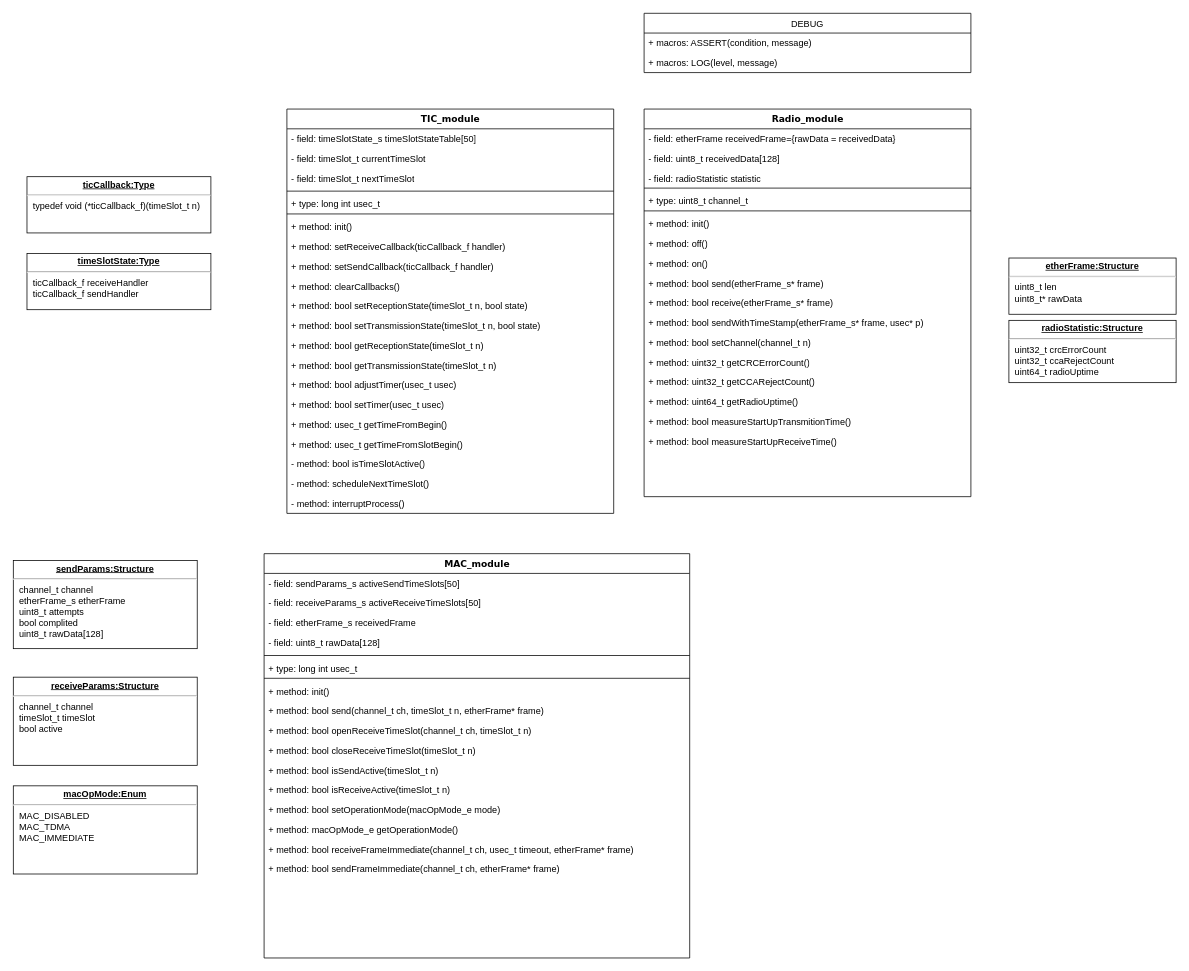
Above: page "modules" (4 of 5) of documentation/protocol/network frames.drawio in saurex83/WMNU (draw.io), before the change. Source tidied: cells renumbered, new cells numbered last; positions are measured from the earlier drawing's top-left corner, leaving out a move shared by most shapes. Both pictures are drawn from the tidied source at 76%, with x=0, y=0 at pixel (13, 13).
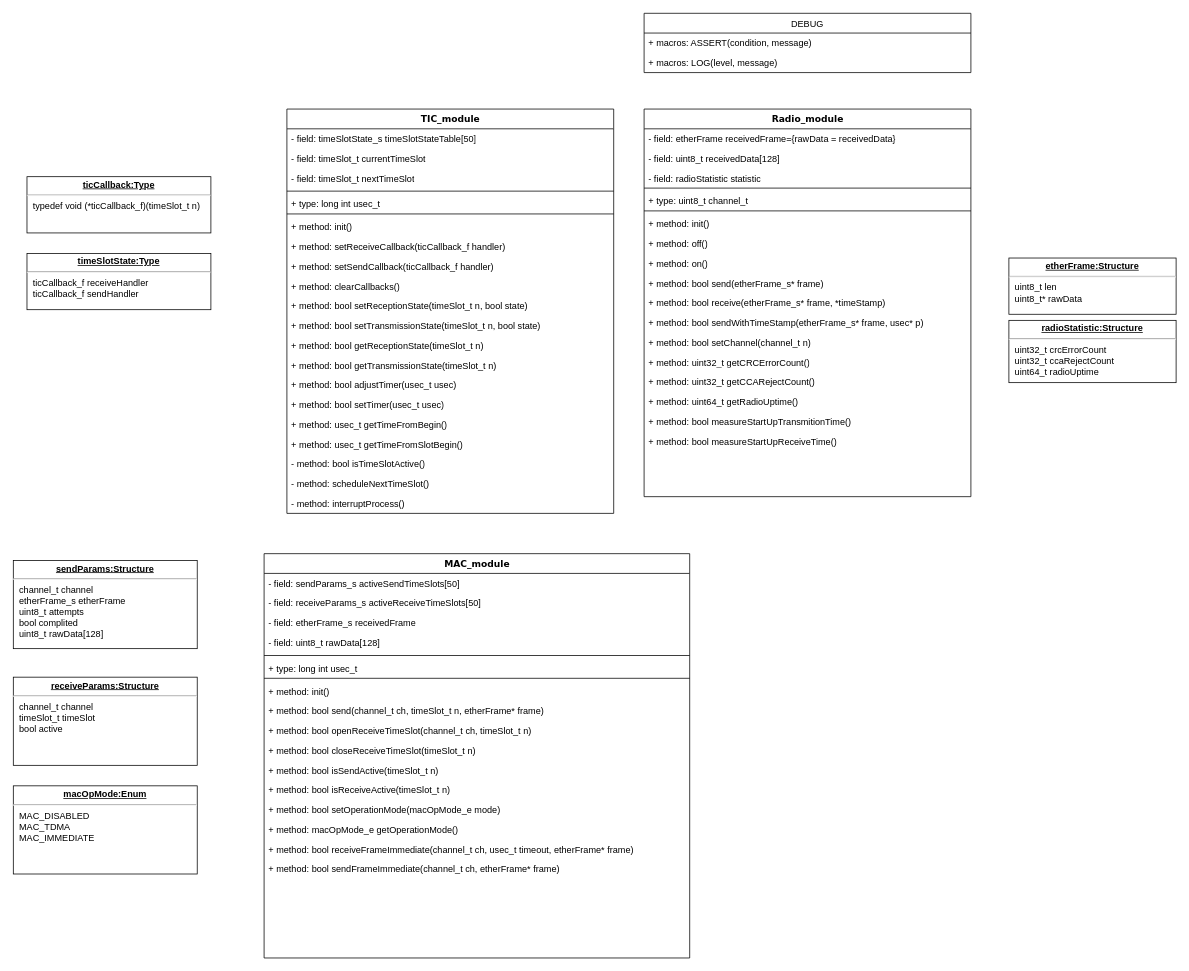
Above is the later version.

Unchanged cells that the change refers to:
```xml
<mxCell id="2" value="Radio_module" style="swimlane;html=1;fontStyle=1;align=center;verticalAlign=top;horizontal=1;startSize=26;swimlaneFillColor=#ffffff;rounded=0;shadow=0;comic=0;labelBackgroundColor=none;strokeColor=#000000;strokeWidth=1;fillColor=none;fontFamily=Verdana;fontSize=12;fontColor=#000000;" parent="1" vertex="1">
  <mxGeometry x="830" y="126" width="430" height="510" as="geometry" />
</mxCell>
```

What changed in the source:
```diff
@@
-    <mxCell id="13" value="+ method: bool receive(etherFrame_s* frame)" style="text;html=1;strokeColor=none;fillColor=none;align=left;verticalAlign=top;spacingLeft=4;spacingRight=4;whiteSpace=wrap;overflow=hidden;" parent="2" vertex="1">
+    <mxCell id="13" value="+ method: bool receive(etherFrame_s* frame, *timeStamp)" style="text;html=1;strokeColor=none;fillColor=none;align=left;verticalAlign=top;spacingLeft=4;spacingRight=4;whiteSpace=wrap;overflow=hidden;" parent="2" vertex="1">
       <mxGeometry y="242" width="430" height="26" as="geometry" />
     </mxCell>
```
